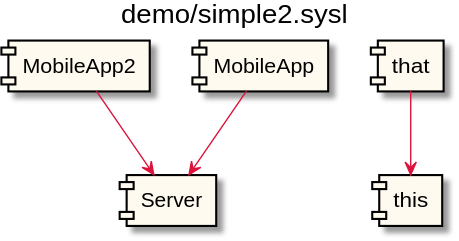
anz-bank/sysl-catalog keeps this PlantUML diagram as docs/integration.svg. Above is the earlier version.
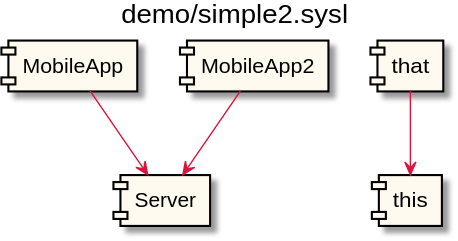
The same diagram one commit later.

The edit, as a diff of the source:
```diff
@@ -9,12 +9,12 @@
   BorderColor Black
   ArrowColor Crimson
 }
-[MobileApp2] as _0 <<highlight>>
+[MobileApp] as _0 <<highlight>>
 [Server] as _1 <<highlight>>
 _0 --> _1
-[that] as _2 <<highlight>>
-[this] as _3 <<highlight>>
-_2 --> _3
-[MobileApp] as _4 <<highlight>>
-_4 --> _1
+[MobileApp2] as _2 <<highlight>>
+_2 --> _1
+[that] as _3 <<highlight>>
+[this] as _4 <<highlight>>
+_3 --> _4
 @enduml
```
